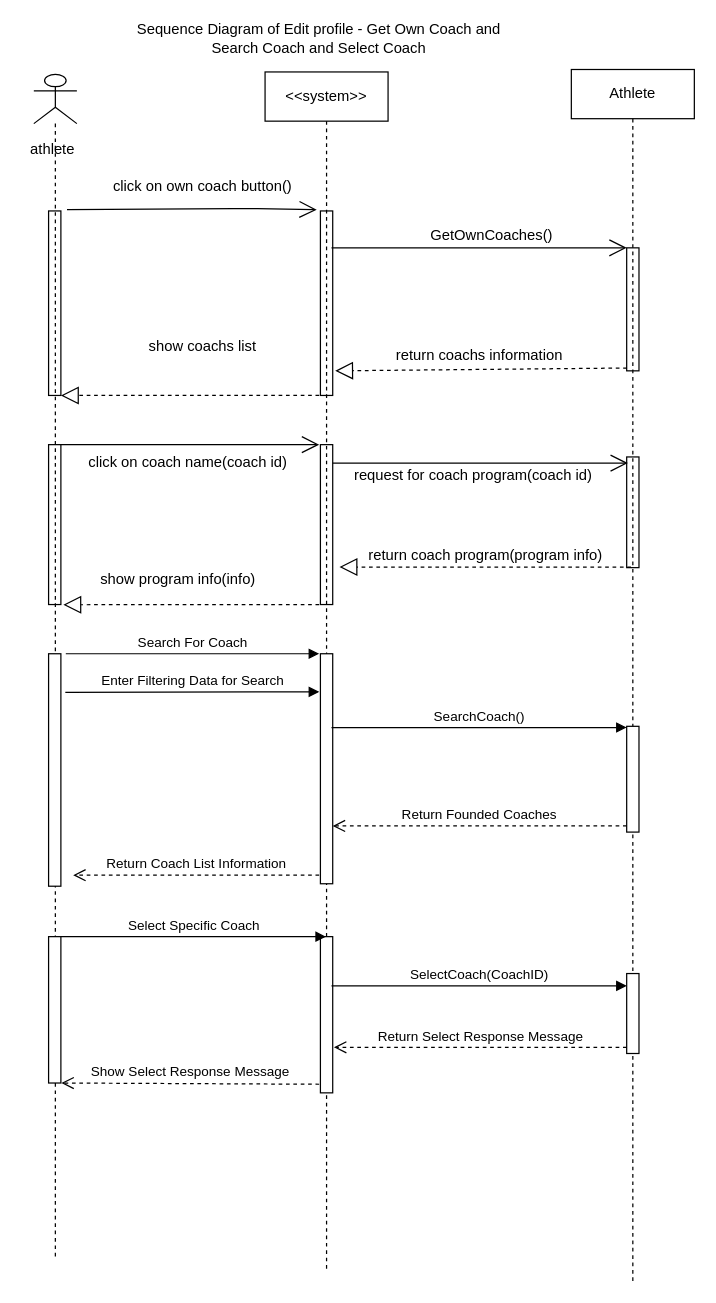
Earlier version of the draw.io diagram Behavioral Modeling/Sequence Diagram of Athlete own coach - Search Coach - Select Coach .drawio (mmohajer9/sama-online-coaching-system). Source tidied: cells renumbered, new cells numbered last; positions are measured from the earlier drawing's top-left corner, leaving out a move shared by most shapes. Both pictures are drawn from the tidied source at 123%, with x=0, y=0 at pixel (21, 26).
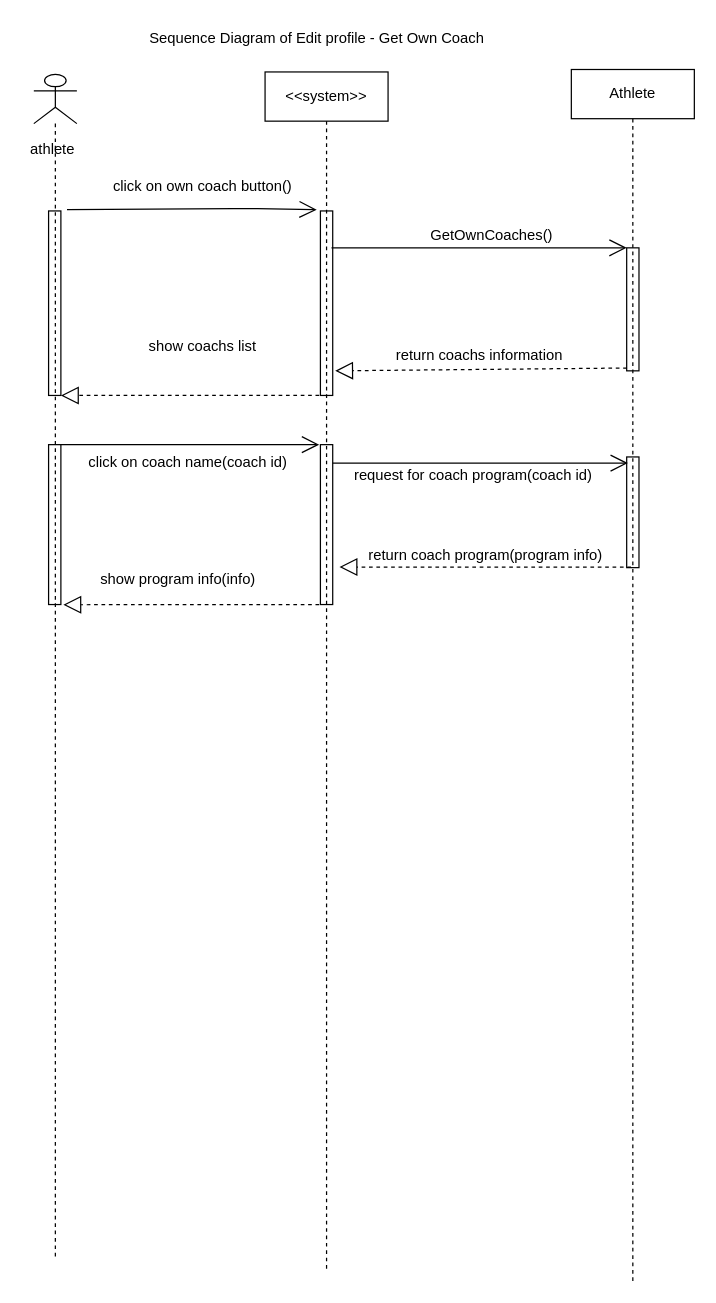
After the change.

Unchanged cells that the change refers to:
```xml
<mxCell id="22" value="&lt;span style=&quot;white-space: nowrap&quot;&gt;Athlete&lt;/span&gt;" style="shape=umlLifeline;perimeter=lifelinePerimeter;whiteSpace=wrap;html=1;" parent="1" vertex="1">
  <mxGeometry x="447" y="35" width="100" height="985" as="geometry" />
</mxCell>
<mxCell id="25" value="&lt;span style=&quot;white-space: nowrap&quot;&gt;&amp;lt;&amp;lt;system&amp;gt;&amp;gt;&lt;/span&gt;" style="shape=umlLifeline;perimeter=lifelinePerimeter;whiteSpace=wrap;html=1;outlineConnect=0;" parent="1" vertex="1">
  <mxGeometry x="198" y="37" width="100" height="973" as="geometry" />
</mxCell>
<mxCell id="33" style="shape=umlLifeline;participant=umlActor;perimeter=lifelinePerimeter;whiteSpace=wrap;html=1;verticalAlign=top;spacingTop=36;labelBackgroundColor=#ffffff;outlineConnect=0;" parent="1" vertex="1">
  <mxGeometry x="10" y="39" width="35" height="961" as="geometry" />
</mxCell>
```

The edit, as a diff of the source:
```diff
@@
-    <mxCell id="16" value="Sequence Diagram of Edit profile - Get Own Coach and Search Coach and Select Coach" style="text;html=1;strokeColor=none;fillColor=none;align=center;verticalAlign=middle;whiteSpace=wrap;rounded=0;" parent="1" vertex="1">
+    <mxCell id="16" value="Sequence Diagram of Edit profile - Get Own Coach&amp;nbsp;" style="text;html=1;strokeColor=none;fillColor=none;align=center;verticalAlign=middle;whiteSpace=wrap;rounded=0;" parent="1" vertex="1">
       <mxGeometry x="77" width="330" height="20" as="geometry" />
     </mxCell>
@@
-    <mxCell id="23" style="html=1;perimeter=orthogonalPerimeter;" parent="22" vertex="1">
-      <mxGeometry x="45" y="534" width="10" height="86" as="geometry" />
-    </mxCell>
-    <mxCell id="24" style="html=1;points=[];perimeter=orthogonalPerimeter;" parent="22" vertex="1">
-      <mxGeometry x="45" y="735" width="10" height="65" as="geometry" />
-    </mxCell>
@@
-    <mxCell id="26" style="html=1;points=[];perimeter=orthogonalPerimeter;" parent="25" vertex="1">
-      <mxGeometry x="45" y="473" width="10" height="187" as="geometry" />
-    </mxCell>
-    <mxCell id="27" value="SearchCoach()" style="html=1;verticalAlign=bottom;endArrow=block;" parent="25" edge="1">
-      <mxGeometry relative="1" as="geometry">
-        <mxPoint x="54" y="533" as="sourcePoint" />
-        <mxPoint x="294" y="533" as="targetPoint" />
-      </mxGeometry>
-    </mxCell>
-    <mxCell id="28" style="html=1;perimeter=orthogonalPerimeter;" parent="25" vertex="1">
-      <mxGeometry x="45" y="703" width="10" height="127" as="geometry" />
-    </mxCell>
-    <mxCell id="29" value="SelectCoach(CoachID)" style="html=1;verticalAlign=bottom;endArrow=block;" parent="25" edge="1">
-      <mxGeometry relative="1" as="geometry">
-        <mxPoint x="54" y="743" as="sourcePoint" />
-        <mxPoint x="294" y="743" as="targetPoint" />
-      </mxGeometry>
-    </mxCell>
@@
-    <mxCell id="35" style="html=1;points=[];perimeter=orthogonalPerimeter;" parent="33" vertex="1">
-      <mxGeometry x="12" y="471" width="10" height="189" as="geometry" />
-    </mxCell>
-    <mxCell id="36" value="Search For Coach" style="html=1;verticalAlign=bottom;endArrow=block;" parent="33" edge="1">
-      <mxGeometry relative="1" as="geometry">
-        <mxPoint x="26" y="471" as="sourcePoint" />
-        <mxPoint x="232" y="471" as="targetPoint" />
-      </mxGeometry>
-    </mxCell>
-    <mxCell id="37" style="html=1;points=[];perimeter=orthogonalPerimeter;" parent="33" vertex="1">
-      <mxGeometry x="12" y="701" width="10" height="119" as="geometry" />
-    </mxCell>
-    <mxCell id="38" value="Select Specific Coach" style="html=1;verticalAlign=bottom;endArrow=block;" parent="33" edge="1" target="25">
-      <mxGeometry relative="1" as="geometry">
-        <mxPoint x="22" y="701" as="sourcePoint" />
-      </mxGeometry>
-    </mxCell>
-    <mxCell id="39" value="Enter Filtering Data for Search" style="html=1;verticalAlign=bottom;endArrow=block;exitX=1.36;exitY=0.166;exitDx=0;exitDy=0;exitPerimeter=0;" parent="1" edge="1" source="35">
-      <mxGeometry relative="1" as="geometry">
-        <mxPoint x="242" y="541" as="targetPoint" />
-      </mxGeometry>
-    </mxCell>
-    <mxCell id="40" value="Return Founded Coaches" style="html=1;verticalAlign=bottom;endArrow=open;dashed=1;endSize=8;" parent="1" edge="1" target="26">
-      <mxGeometry relative="1" as="geometry">
-        <mxPoint x="492" y="650" as="sourcePoint" />
-      </mxGeometry>
-    </mxCell>
-    <mxCell id="41" value="Return Coach List Information" style="html=1;verticalAlign=bottom;endArrow=open;dashed=1;endSize=8;" parent="1" edge="1">
-      <mxGeometry relative="1" as="geometry">
-        <mxPoint x="242" y="690" as="sourcePoint" />
-        <mxPoint x="42" y="690" as="targetPoint" />
-      </mxGeometry>
-    </mxCell>
-    <mxCell id="42" value="Return Select Response Message" style="html=1;verticalAlign=bottom;endArrow=open;dashed=1;endSize=8;" parent="1" edge="1" source="24">
-      <mxGeometry relative="1" as="geometry">
-        <mxPoint x="254" y="830" as="targetPoint" />
-        <Array as="points">
-          <mxPoint x="372" y="830" />
-        </Array>
-      </mxGeometry>
-    </mxCell>
-    <mxCell id="43" value="Show Select Response Message" style="html=1;verticalAlign=bottom;endArrow=open;dashed=1;endSize=8;entryX=1.04;entryY=1;entryDx=0;entryDy=0;entryPerimeter=0;" parent="1" edge="1" target="37">
-      <mxGeometry relative="1" as="geometry">
-        <mxPoint x="242" y="860" as="sourcePoint" />
-      </mxGeometry>
-    </mxCell>
```
